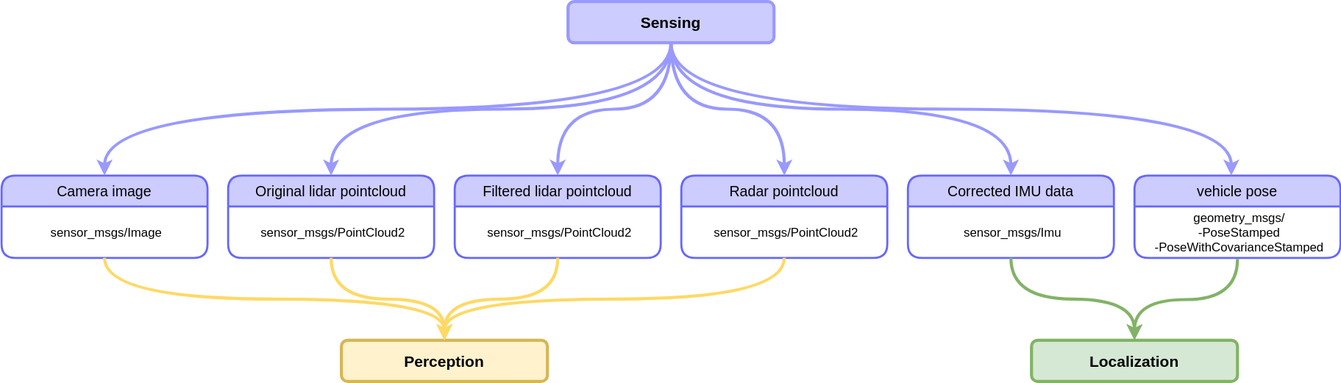
The draw.io diagram docs/design/autoware-interfaces/components/images/Sensing-Bus-ODD-Architecture.drawio.svg in autowarefoundation/autoware-documentation, before a commit. Source tidied: cells renumbered, new cells last; positions are measured from the earlier drawing's top-left corner, leaving out a move shared by most shapes.
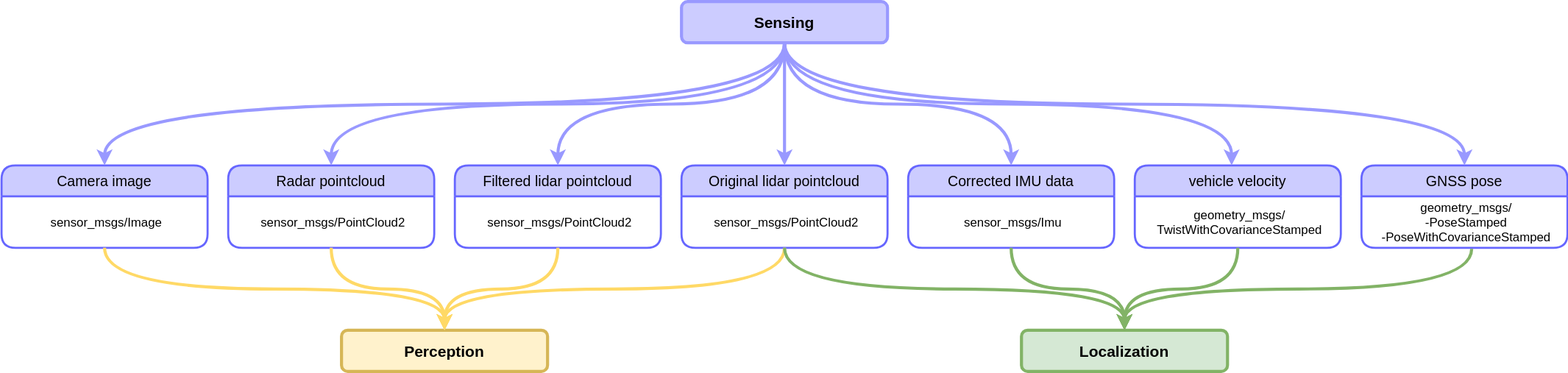
After the change.

Commit message:
docs(design/autoware-interfaces):fix description of vehicle velocity and pose

Diff of the diagram source:
```diff
@@ -3,10 +3,10 @@
     <mxCell id="0" />
     <mxCell id="1" parent="0" />
     <mxCell id="2" value="Sensing" style="rounded=1;whiteSpace=wrap;html=1;fontSize=15;fontStyle=1;strokeColor=#9999FF;strokeWidth=3;fillColor=#CCCCFF;" parent="1" vertex="1">
-      <mxGeometry x="550" width="200" height="40" as="geometry" />
+      <mxGeometry x="660" y="10" width="200" height="40" as="geometry" />
     </mxCell>
     <mxCell id="3" value="Original lidar pointcloud" style="swimlane;horizontal=1;startSize=30;rounded=1;fontSize=14;fontStyle=0;strokeWidth=2;shadow=0;dashed=0;align=center;fillColor=#CCCCFF;strokeColor=#6666FF;" parent="1" vertex="1">
-      <mxGeometry x="220" y="169" width="200" height="80" as="geometry" />
+      <mxGeometry x="660" y="169" width="200" height="80" as="geometry" />
     </mxCell>
     <mxCell id="4" value="sensor_msgs/PointCloud2" style="align=center;strokeColor=none;fillColor=none;spacingLeft=4;fontSize=12;verticalAlign=middle;" parent="3" vertex="1">
       <mxGeometry y="30" width="200" height="50" as="geometry" />
@@ -15,7 +15,7 @@
       <mxGeometry relative="1" as="geometry" />
     </mxCell>
     <mxCell id="6" value="Radar pointcloud" style="swimlane;horizontal=1;startSize=30;rounded=1;fontSize=14;fontStyle=0;strokeWidth=2;shadow=0;dashed=0;align=center;fillColor=#CCCCFF;strokeColor=#6666FF;" parent="1" vertex="1">
-      <mxGeometry x="660" y="169" width="200" height="80" as="geometry" />
+      <mxGeometry x="220" y="169" width="200" height="80" as="geometry" />
     </mxCell>
     <mxCell id="7" value="sensor_msgs/PointCloud2" style="align=center;strokeColor=none;fillColor=none;spacingLeft=4;fontSize=12;verticalAlign=middle;" parent="6" vertex="1">
       <mxGeometry y="30" width="200" height="50" as="geometry" />
@@ -32,17 +32,17 @@
     <mxCell id="11" style="edgeStyle=orthogonalEdgeStyle;curved=1;jettySize=auto;html=1;fontSize=15;strokeWidth=3;fillColor=#b0e3e6;strokeColor=#9999FF;exitX=0.5;exitY=1;exitDx=0;exitDy=0;entryX=0.5;entryY=0;entryDx=0;entryDy=0;" parent="1" edge="1" source="2" target="8">
       <mxGeometry relative="1" as="geometry" />
     </mxCell>
-    <mxCell id="12" value="vehicle pose" style="swimlane;horizontal=1;startSize=30;rounded=1;fontSize=14;fontStyle=0;strokeWidth=2;shadow=0;dashed=0;align=center;fillColor=#CCCCFF;strokeColor=#6666FF;" parent="1" vertex="1">
+    <mxCell id="12" value="vehicle velocity" style="swimlane;horizontal=1;startSize=30;rounded=1;fontSize=14;fontStyle=0;strokeWidth=2;shadow=0;dashed=0;align=center;fillColor=#CCCCFF;strokeColor=#6666FF;" parent="1" vertex="1">
       <mxGeometry x="1100" y="169" width="200" height="80" as="geometry" />
     </mxCell>
-    <mxCell id="13" value="geometry_msgs/&#10;-PoseStamped&#10;-PoseWithCovarianceStamped" style="align=center;strokeColor=none;fillColor=none;spacingLeft=4;fontSize=12;verticalAlign=middle;" parent="12" vertex="1">
+    <mxCell id="13" value="geometry_msgs/&#10;TwistWithCovarianceStamped" style="align=center;strokeColor=none;fillColor=none;spacingLeft=4;fontSize=12;verticalAlign=middle;" parent="12" vertex="1">
       <mxGeometry y="30" width="200" height="50" as="geometry" />
     </mxCell>
     <mxCell id="14" style="edgeStyle=orthogonalEdgeStyle;curved=1;jettySize=auto;html=1;entryX=0.47;entryY=0;entryDx=0;entryDy=0;fontSize=15;strokeWidth=3;fillColor=#b0e3e6;strokeColor=#9999FF;entryPerimeter=0;exitX=0.5;exitY=1;exitDx=0;exitDy=0;" parent="1" edge="1" source="2" target="12">
       <mxGeometry relative="1" as="geometry" />
     </mxCell>
     <mxCell id="15" value="Localization" style="rounded=1;whiteSpace=wrap;html=1;strokeColor=#82b366;strokeWidth=3;fillColor=#d5e8d4;fontStyle=1;fontSize=15;" parent="1" vertex="1">
-      <mxGeometry x="1000" y="329" width="200" height="40" as="geometry" />
+      <mxGeometry x="990" y="329" width="200" height="40" as="geometry" />
     </mxCell>
     <mxCell id="16" value="Perception" style="rounded=1;whiteSpace=wrap;html=1;fillColor=#fff2cc;strokeColor=#d6b656;fontSize=15;fontStyle=1;strokeWidth=3;" parent="1" vertex="1">
       <mxGeometry x="330" y="329" width="200" height="40" as="geometry" />
@@ -53,10 +53,8 @@
     <mxCell id="18" style="edgeStyle=orthogonalEdgeStyle;curved=1;jettySize=auto;html=1;fontSize=15;strokeWidth=3;fillColor=#FFD966;strokeColor=#FFD966;exitX=0.5;exitY=1;exitDx=0;exitDy=0;entryX=0.5;entryY=0;entryDx=0;entryDy=0;" parent="1" edge="1" source="7" target="16">
       <mxGeometry relative="1" as="geometry" />
     </mxCell>
-    <mxCell id="19" style="edgeStyle=orthogonalEdgeStyle;curved=1;jettySize=auto;html=1;entryX=0.5;entryY=0;entryDx=0;entryDy=0;fontSize=15;strokeWidth=3;fillColor=#d5e8d4;strokeColor=#82b366;" parent="1" edge="1" target="15">
-      <mxGeometry relative="1" as="geometry">
-        <mxPoint x="1200" y="250" as="sourcePoint" />
-      </mxGeometry>
+    <mxCell id="19" style="edgeStyle=orthogonalEdgeStyle;curved=1;jettySize=auto;html=1;entryX=0.5;entryY=0;entryDx=0;entryDy=0;fontSize=15;strokeWidth=3;fillColor=#d5e8d4;strokeColor=#82b366;exitX=0.5;exitY=1;exitDx=0;exitDy=0;" parent="1" edge="1" source="13" target="15">
+      <mxGeometry relative="1" as="geometry" />
     </mxCell>
     <mxCell id="20" style="edgeStyle=orthogonalEdgeStyle;curved=1;jettySize=auto;html=1;entryX=0.5;entryY=0;entryDx=0;entryDy=0;fontSize=15;strokeWidth=3;fillColor=#d5e8d4;strokeColor=#82b366;exitX=0.5;exitY=1;exitDx=0;exitDy=0;" parent="1" edge="1" source="9" target="15">
       <mxGeometry relative="1" as="geometry" />
@@ -85,5 +83,20 @@
     <mxCell id="28" style="edgeStyle=orthogonalEdgeStyle;curved=1;jettySize=auto;html=1;entryX=0.5;entryY=0;entryDx=0;entryDy=0;fontSize=15;strokeWidth=3;fillColor=#b0e3e6;strokeColor=#9999FF;exitX=0.5;exitY=1;exitDx=0;exitDy=0;" parent="1" edge="1" source="2" target="25">
       <mxGeometry relative="1" as="geometry" />
     </mxCell>
+    <mxCell id="29" value="GNSS pose" style="swimlane;horizontal=1;startSize=30;rounded=1;fontSize=14;fontStyle=0;strokeWidth=2;shadow=0;dashed=0;align=center;fillColor=#CCCCFF;strokeColor=#6666FF;" parent="1" vertex="1">
+      <mxGeometry x="1320" y="169" width="200" height="80" as="geometry" />
+    </mxCell>
+    <mxCell id="30" value="geometry_msgs/&#10;-PoseStamped&#10;-PoseWithCovarianceStamped" style="align=center;strokeColor=none;fillColor=none;spacingLeft=4;fontSize=12;verticalAlign=middle;" parent="29" vertex="1">
+      <mxGeometry y="30" width="200" height="50" as="geometry" />
+    </mxCell>
+    <mxCell id="31" style="edgeStyle=orthogonalEdgeStyle;curved=1;jettySize=auto;html=1;fontSize=15;strokeWidth=3;fillColor=#d5e8d4;strokeColor=#82b366;exitX=0.535;exitY=1.02;exitDx=0;exitDy=0;exitPerimeter=0;entryX=0.5;entryY=0;entryDx=0;entryDy=0;" parent="1" edge="1" source="30" target="15">
+      <mxGeometry relative="1" as="geometry" />
+    </mxCell>
+    <mxCell id="32" style="edgeStyle=orthogonalEdgeStyle;curved=1;jettySize=auto;html=1;entryX=0.5;entryY=0;entryDx=0;entryDy=0;fontSize=15;strokeWidth=3;fillColor=#b0e3e6;strokeColor=#9999FF;exitX=0.5;exitY=1;exitDx=0;exitDy=0;" parent="1" edge="1" source="2" target="29">
+      <mxGeometry relative="1" as="geometry" />
+    </mxCell>
+    <mxCell id="33" style="edgeStyle=orthogonalEdgeStyle;curved=1;jettySize=auto;html=1;entryX=0.5;entryY=0;entryDx=0;entryDy=0;fontSize=15;strokeWidth=3;fillColor=#d5e8d4;strokeColor=#82b366;exitX=0.5;exitY=1;exitDx=0;exitDy=0;" parent="1" edge="1" source="4" target="15">
+      <mxGeometry relative="1" as="geometry" />
+    </mxCell>
   </root>
 </mxGraphModel>
```
